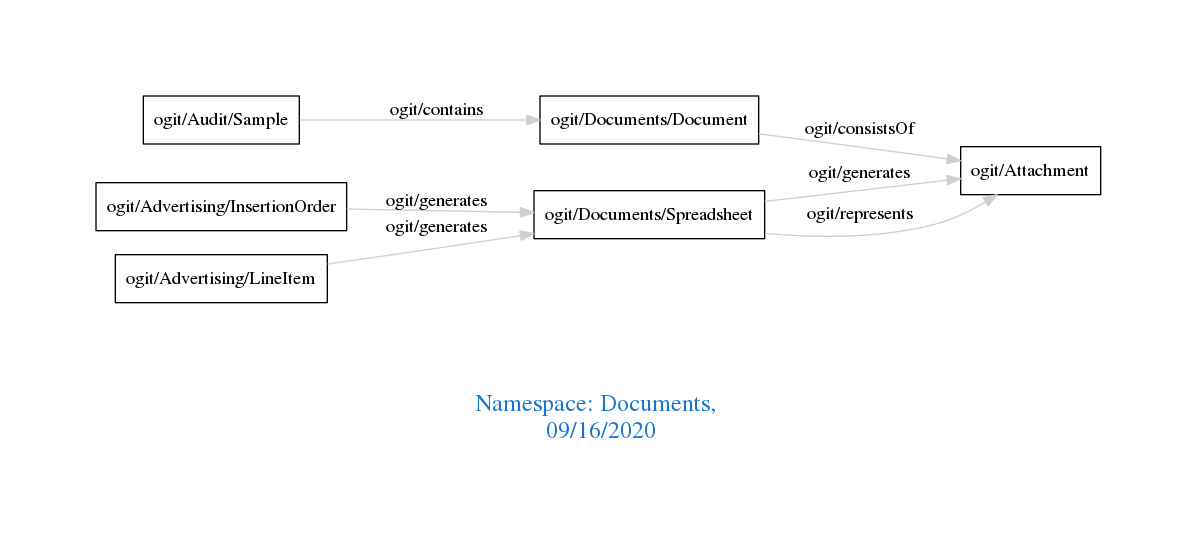
Before: downloads/Documents.png, a diagram exported from Graphviz (arago/OGIT). Its source is kept beside it as downloads/Documents.dot.
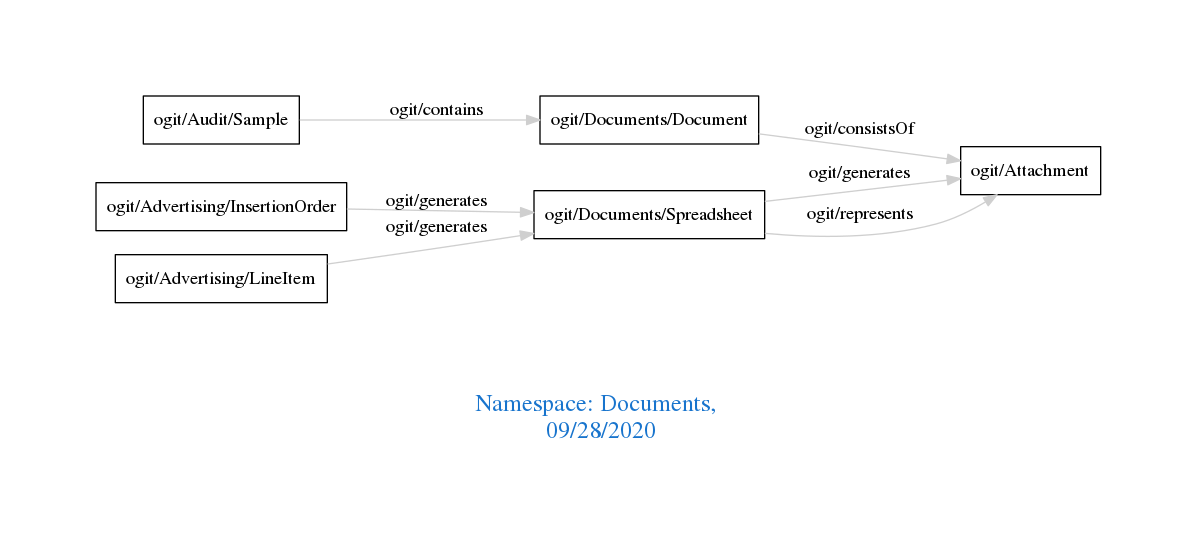
The same diagram one commit later.

Change to the diagram source:
```diff
@@ -1,7 +1,7 @@
 digraph OGIT_ontology {
  graph [ rankdir= LR,pad=1
 fontsize = 18,
-fontcolor= dodgerblue3,label = "\n\n\nNamespace: Documents, \n 09/16/2020"];
+fontcolor= dodgerblue3,label = "\n\n\nNamespace: Documents, \n 09/28/2020"];
 node[shape=polygon];
 edge [  color="gray81"];
 
```
